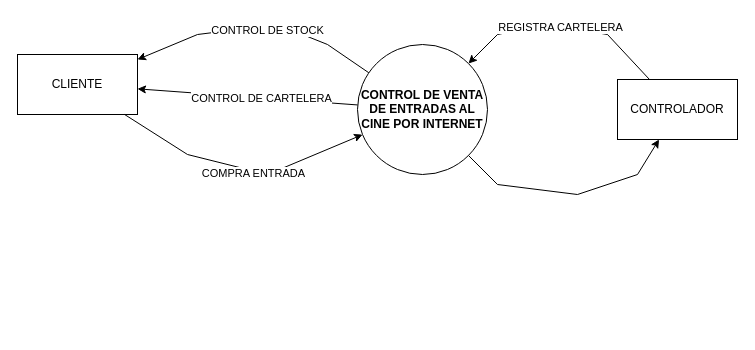
Before: tarea.drawio in tomyivan/juez-pato, a draw.io diagram. Source tidied: cells renumbered, new cells numbered last; positions are measured from the earlier drawing's top-left corner, leaving out a move shared by most shapes. Both pictures are drawn from the tidied source at 100%, with x=0, y=0 at pixel (17, 24).
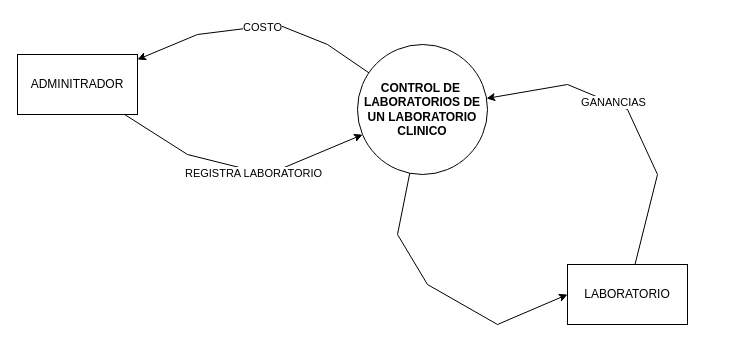
After the change.

Unchanged cells that the change refers to:
```xml
<mxCell id="4" style="endArrow=classic;html=1;rounded=0;" parent="1" edge="1" source="2" target="3">
  <mxGeometry relative="1" as="geometry">
    <Array as="points">
      <mxPoint x="310" y="20" />
      <mxPoint x="260" />
      <mxPoint x="180" y="10" />
    </Array>
  </mxGeometry>
</mxCell>
<mxCell id="7" style="endArrow=classic;html=1;rounded=0;" parent="1" edge="1" source="3" target="2">
  <mxGeometry relative="1" as="geometry">
    <Array as="points">
      <mxPoint x="170" y="130" />
      <mxPoint x="250" y="150" />
    </Array>
  </mxGeometry>
</mxCell>
```

Change to the diagram source:
```diff
@@
-    <mxCell id="2" value="&lt;b&gt;CONTROL DE VENTA DE ENTRADAS AL CINE POR INTERNET&lt;/b&gt;" style="ellipse;whiteSpace=wrap;html=1;" parent="1" vertex="1">
+    <mxCell id="2" value="&lt;b&gt;CONTROL DE&amp;nbsp; LABORATORIOS DE UN LABORATORIO CLINICO&lt;/b&gt;" style="ellipse;whiteSpace=wrap;html=1;" parent="1" vertex="1">
       <mxGeometry x="340" y="20" width="130" height="130" as="geometry" />
     </mxCell>
-    <mxCell id="3" value="CLIENTE" style="rounded=0;whiteSpace=wrap;html=1;" parent="1" vertex="1">
+    <mxCell id="3" value="ADMINITRADOR" style="rounded=0;whiteSpace=wrap;html=1;" parent="1" vertex="1">
       <mxGeometry y="30" width="120" height="60" as="geometry" />
     </mxCell>
@@
-    <mxCell id="5" value="CONTROL DE STOCK" style="edgeLabel;html=1;align=center;verticalAlign=middle;" parent="4" vertex="1">
-      <mxGeometry x="-0.08" y="4" relative="1" as="geometry" />
-    </mxCell>
-    <mxCell id="6" value="CONTROLADOR" style="rounded=0;whiteSpace=wrap;html=1;" parent="1" vertex="1">
-      <mxGeometry x="600" y="55" width="120" height="60" as="geometry" />
-    </mxCell>
+    <mxCell id="14" value="COSTO" style="edgeLabel;html=1;align=center;verticalAlign=middle;" parent="4" vertex="1">
+      <mxGeometry x="-0.04" y="1" relative="1" as="geometry" />
+    </mxCell>
@@
-    <mxCell id="8" value="COMPRA ENTRADA" style="edgeLabel;html=1;align=center;verticalAlign=middle;" parent="7" vertex="1">
+    <mxCell id="8" value="REGISTRA LABORATORIO" style="edgeLabel;html=1;align=center;verticalAlign=middle;" parent="7" vertex="1">
       <mxGeometry x="0.1" y="-2" relative="1" as="geometry" />
     </mxCell>
-    <mxCell id="9" style="endArrow=classic;html=1;rounded=0;" parent="1" edge="1" source="6" target="2">
-      <mxGeometry relative="1" as="geometry">
-        <Array as="points">
-          <mxPoint x="590" y="10" />
-          <mxPoint x="530" />
-          <mxPoint x="480" y="10" />
-        </Array>
-      </mxGeometry>
-    </mxCell>
-    <mxCell id="10" value="REGISTRA CARTELERA" style="edgeLabel;html=1;align=center;verticalAlign=middle;" parent="9" vertex="1">
-      <mxGeometry x="0.03" relative="1" as="geometry" />
-    </mxCell>
-    <mxCell id="11" style="endArrow=classic;html=1;rounded=0;" parent="1" edge="1" source="2" target="6">
-      <mxGeometry relative="1" as="geometry">
-        <Array as="points">
-          <mxPoint x="480" y="160" />
-          <mxPoint x="560" y="170" />
-          <mxPoint x="620" y="150" />
-        </Array>
-      </mxGeometry>
-    </mxCell>
-    <mxCell id="12" style="endArrow=classic;html=1;rounded=0;" parent="1" edge="1" source="2" target="3">
-      <mxGeometry relative="1" as="geometry" />
-    </mxCell>
-    <mxCell id="13" value="CONTROL DE CARTELERA" style="edgeLabel;html=1;align=center;verticalAlign=middle;" parent="12" vertex="1">
-      <mxGeometry x="-0.12" relative="1" as="geometry" />
-    </mxCell>
+    <mxCell id="15" value="LABORATORIO" style="rounded=0;whiteSpace=wrap;html=1;" parent="1" vertex="1">
+      <mxGeometry x="550" y="240" width="120" height="60" as="geometry" />
+    </mxCell>
+    <mxCell id="16" style="endArrow=classic;html=1;rounded=0;" parent="1" edge="1" source="15" target="2">
+      <mxGeometry relative="1" as="geometry">
+        <Array as="points">
+          <mxPoint x="640" y="150" />
+          <mxPoint x="610" y="85" />
+          <mxPoint x="550" y="60" />
+        </Array>
+      </mxGeometry>
+    </mxCell>
+    <mxCell id="17" value="GANANCIAS" style="edgeLabel;html=1;align=center;verticalAlign=middle;" parent="16" vertex="1">
+      <mxGeometry x="0.16" y="-1" relative="1" as="geometry" />
+    </mxCell>
+    <mxCell id="18" style="endArrow=classic;html=1;rounded=0;entryX=0;entryY=0.5;entryDx=0;entryDy=0;" parent="1" edge="1" source="2" target="15">
+      <mxGeometry relative="1" as="geometry">
+        <Array as="points">
+          <mxPoint x="380" y="210" />
+          <mxPoint x="410" y="260" />
+          <mxPoint x="480" y="300" />
+        </Array>
+      </mxGeometry>
+    </mxCell>
```
